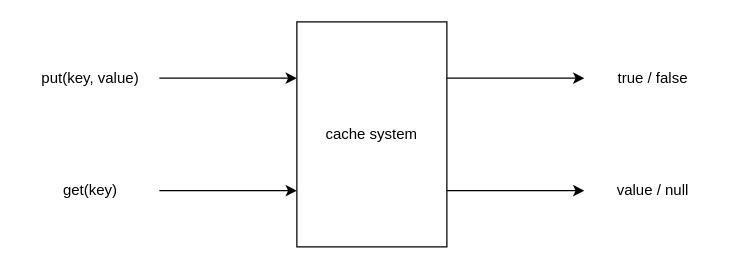
This is page "high-level" (1 of 2) of cache.drawio from swaaminathanm/distributed-cache, a draw.io file, before an edit. Source tidied: cells renumbered, new cells numbered last; positions are measured from the earlier drawing's top-left corner, leaving out a move shared by most shapes. Both pictures are drawn from the tidied source at 125%, with x=0, y=0 at pixel (21, 21).
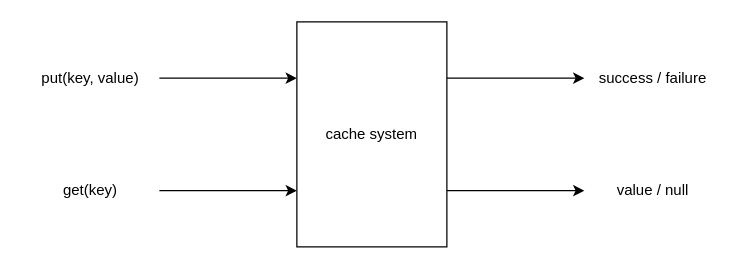
The same page after the edit.

The edit, as a diff of the source:
```diff
@@
 <mxGraphModel>
   <root>
     <mxCell id="0" />
     <mxCell id="1" parent="0" />
     <mxCell id="2" value="cache system" style="rounded=0;whiteSpace=wrap;html=1;" parent="1" vertex="1">
       <mxGeometry x="220" width="120" height="180" as="geometry" />
     </mxCell>
     <mxCell id="3" style="edgeStyle=orthogonalEdgeStyle;rounded=0;jettySize=auto;html=1;entryX=0;entryY=0.25;entryDx=0;entryDy=0;" parent="1" edge="1" source="4" target="2">
       <mxGeometry relative="1" as="geometry" />
     </mxCell>
     <mxCell id="4" value="put(key, value)" style="rounded=0;whiteSpace=wrap;html=1;fillColor=none;dashed=1;dashPattern=1 4;strokeColor=none;" parent="1" vertex="1">
       <mxGeometry y="30" width="110" height="30" as="geometry" />
     </mxCell>
     <mxCell id="5" style="edgeStyle=orthogonalEdgeStyle;rounded=0;jettySize=auto;html=1;entryX=0;entryY=0.75;entryDx=0;entryDy=0;" parent="1" edge="1" source="6" target="2">
       <mxGeometry relative="1" as="geometry" />
     </mxCell>
     <mxCell id="6" value="get(key)" style="rounded=0;whiteSpace=wrap;html=1;fillColor=none;dashed=1;dashPattern=1 4;strokeColor=none;" parent="1" vertex="1">
       <mxGeometry y="120" width="110" height="30" as="geometry" />
     </mxCell>
     <mxCell id="7" style="endArrow=classic;html=1;exitX=1;exitY=0.75;exitDx=0;exitDy=0;" parent="1" edge="1" source="2">
       <mxGeometry relative="1" as="geometry">
         <mxPoint x="450" y="135" as="targetPoint" />
       </mxGeometry>
     </mxCell>
     <mxCell id="8" value="value / null" style="rounded=0;whiteSpace=wrap;html=1;fillColor=none;dashed=1;dashPattern=1 4;strokeColor=none;" parent="1" vertex="1">
       <mxGeometry x="450" y="120" width="110" height="30" as="geometry" />
     </mxCell>
     <mxCell id="9" style="endArrow=classic;html=1;exitX=1;exitY=0.25;exitDx=0;exitDy=0;" parent="1" edge="1" source="2">
       <mxGeometry relative="1" as="geometry">
         <mxPoint x="450" y="45" as="targetPoint" />
       </mxGeometry>
     </mxCell>
-    <mxCell id="10" value="true / false" style="rounded=0;whiteSpace=wrap;html=1;fillColor=none;dashed=1;dashPattern=1 4;strokeColor=none;" parent="1" vertex="1">
+    <mxCell id="10" value="success / failure" style="rounded=0;whiteSpace=wrap;html=1;fillColor=none;dashed=1;dashPattern=1 4;strokeColor=none;" parent="1" vertex="1">
       <mxGeometry x="450" y="30" width="110" height="30" as="geometry" />
     </mxCell>
   </root>
 </mxGraphModel>
```
